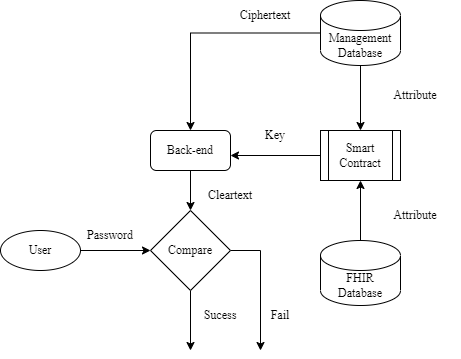
Earlier version of the draw.io export Documents/Verify Arc.png (Avvco/Tiramisu). Source tidied: cells renumbered, new cells last; positions are measured from the earlier drawing's top-left corner, leaving out a move shared by most shapes.
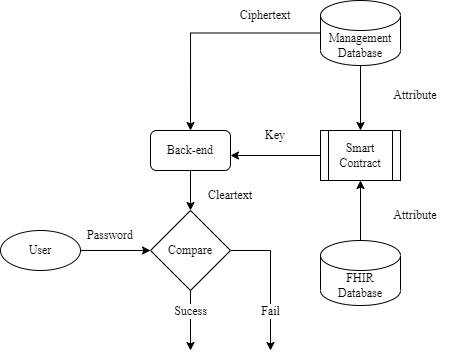
Above is the later version.

Commit message:
paper * change verify picture

What changed in the source:
```diff
@@ -45,16 +45,6 @@
     <mxCell id="14" value="Ciphertext" style="text;html=1;strokeColor=none;fillColor=none;align=center;verticalAlign=middle;whiteSpace=wrap;rounded=0;fontFamily=Times New Roman;" parent="1" vertex="1">
       <mxGeometry x="220" width="90" height="30" as="geometry" />
     </mxCell>
-    <mxCell id="15" style="edgeStyle=orthogonalEdgeStyle;rounded=0;jettySize=auto;html=1;fontFamily=Times New Roman;" parent="1" edge="1" source="17">
-      <mxGeometry relative="1" as="geometry">
-        <mxPoint x="190" y="350" as="targetPoint" />
-      </mxGeometry>
-    </mxCell>
-    <mxCell id="16" style="edgeStyle=orthogonalEdgeStyle;rounded=0;jettySize=auto;html=1;fontFamily=Times New Roman;" parent="1" edge="1" source="17">
-      <mxGeometry relative="1" as="geometry">
-        <mxPoint x="260" y="350" as="targetPoint" />
-      </mxGeometry>
-    </mxCell>
     <mxCell id="17" value="Compare" style="rhombus;whiteSpace=wrap;html=1;fontFamily=Times New Roman;" parent="1" vertex="1">
       <mxGeometry x="150" y="210" width="80" height="80" as="geometry" />
     </mxCell>
@@ -64,17 +54,34 @@
     <mxCell id="19" value="User" style="ellipse;whiteSpace=wrap;html=1;fontFamily=Times New Roman;" parent="1" vertex="1">
       <mxGeometry y="230" width="80" height="40" as="geometry" />
     </mxCell>
-    <mxCell id="20" value="Sucess" style="text;html=1;strokeColor=none;fillColor=none;align=center;verticalAlign=middle;whiteSpace=wrap;rounded=0;fontFamily=Times New Roman;" parent="1" vertex="1">
-      <mxGeometry x="190" y="300" width="60" height="30" as="geometry" />
-    </mxCell>
-    <mxCell id="21" value="Fail" style="text;html=1;strokeColor=none;fillColor=none;align=center;verticalAlign=middle;whiteSpace=wrap;rounded=0;fontFamily=Times New Roman;" parent="1" vertex="1">
-      <mxGeometry x="250" y="300" width="60" height="30" as="geometry" />
-    </mxCell>
     <mxCell id="22" value="Cleartext" style="text;html=1;strokeColor=none;fillColor=none;align=center;verticalAlign=middle;whiteSpace=wrap;rounded=0;fontFamily=Times New Roman;" parent="1" vertex="1">
       <mxGeometry x="200" y="180" width="60" height="30" as="geometry" />
     </mxCell>
     <mxCell id="23" value="Password" style="text;html=1;strokeColor=none;fillColor=none;align=center;verticalAlign=middle;whiteSpace=wrap;rounded=0;fontFamily=Times New Roman;" parent="1" vertex="1">
       <mxGeometry x="80" y="220" width="60" height="30" as="geometry" />
     </mxCell>
+    <mxCell id="24" style="endArrow=classic;html=1;rounded=0;exitX=0.5;exitY=1;exitDx=0;exitDy=0;fontFamily=Times New Roman;" parent="1" edge="1" source="17">
+      <mxGeometry relative="1" as="geometry">
+        <mxPoint x="190" y="350" as="targetPoint" />
+      </mxGeometry>
+    </mxCell>
+    <mxCell id="20" value="Sucess" style="edgeLabel;html=1;align=center;verticalAlign=middle;fontFamily=Times New Roman;" parent="24" vertex="1">
+      <mxGeometry relative="1" as="geometry">
+        <mxPoint y="-10" as="offset" />
+      </mxGeometry>
+    </mxCell>
+    <mxCell id="25" style="endArrow=classic;html=1;rounded=0;exitX=1;exitY=0.5;exitDx=0;exitDy=0;fontFamily=Times New Roman;" parent="1" edge="1" source="17">
+      <mxGeometry relative="1" as="geometry">
+        <mxPoint x="270" y="350" as="targetPoint" />
+        <Array as="points">
+          <mxPoint x="270" y="250" />
+        </Array>
+      </mxGeometry>
+    </mxCell>
+    <mxCell id="21" value="Fail" style="edgeLabel;html=1;align=center;verticalAlign=middle;fontFamily=Times New Roman;" parent="25" vertex="1">
+      <mxGeometry relative="1" as="geometry">
+        <mxPoint y="30" as="offset" />
+      </mxGeometry>
+    </mxCell>
   </root>
 </mxGraphModel>
```
